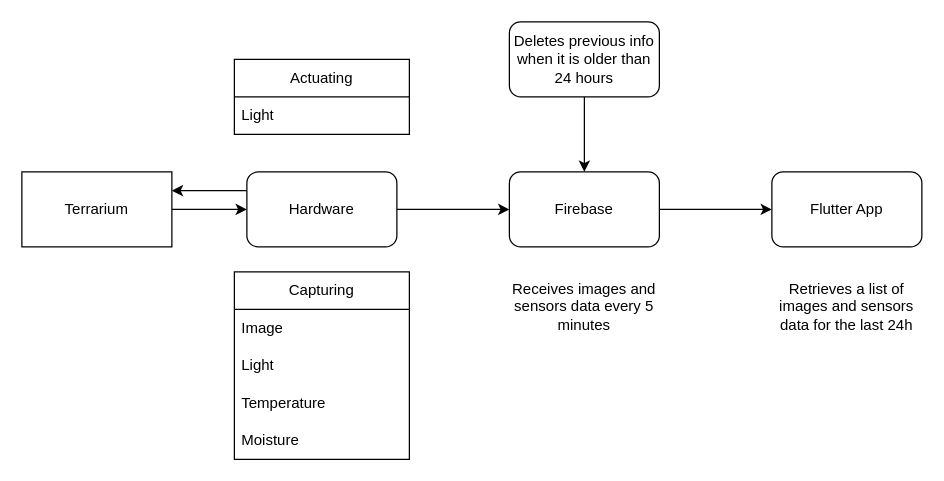
Earlier version of the draw.io diagram Workflow.drawio (GustavoSantiago113/TerrariumMonitor). Source tidied: cells renumbered, new cells numbered last; positions are measured from the earlier drawing's top-left corner, leaving out a move shared by most shapes. Both pictures are drawn from the tidied source at 125%, with x=0, y=0 at pixel (21, 21).
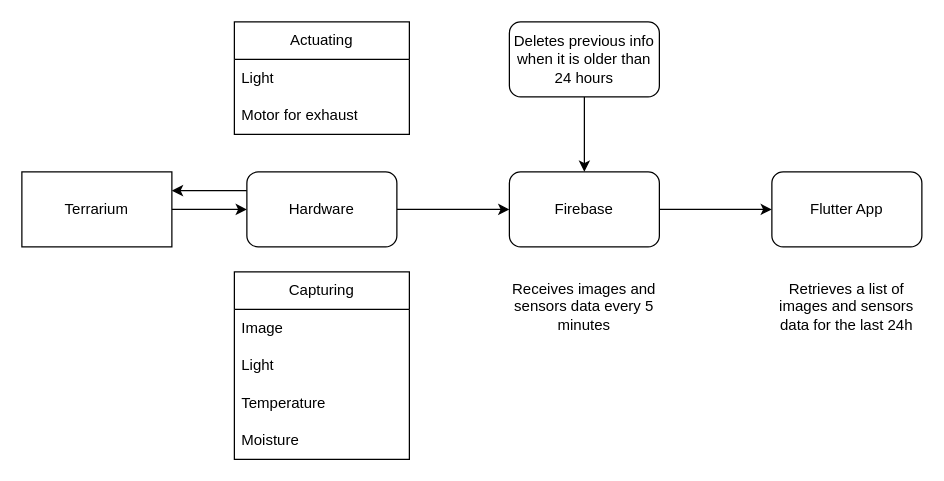
Above is the later version.

What changed in the source:
```diff
@@
     <mxCell id="12" value="Actuating" style="swimlane;fontStyle=0;horizontal=1;startSize=30;whiteSpace=wrap;html=1;" parent="1" vertex="1">
-      <mxGeometry x="170" y="30" width="140" height="60" as="geometry" />
+      <mxGeometry x="170" width="140" height="90" as="geometry" />
     </mxCell>
@@
+    <mxCell id="21" value="Motor for exhaust" style="text;strokeColor=none;fillColor=none;align=left;verticalAlign=middle;spacingLeft=4;spacingRight=4;overflow=hidden;whiteSpace=wrap;html=1;" parent="12" vertex="1">
+      <mxGeometry y="60" width="140" height="30" as="geometry" />
+    </mxCell>
```
